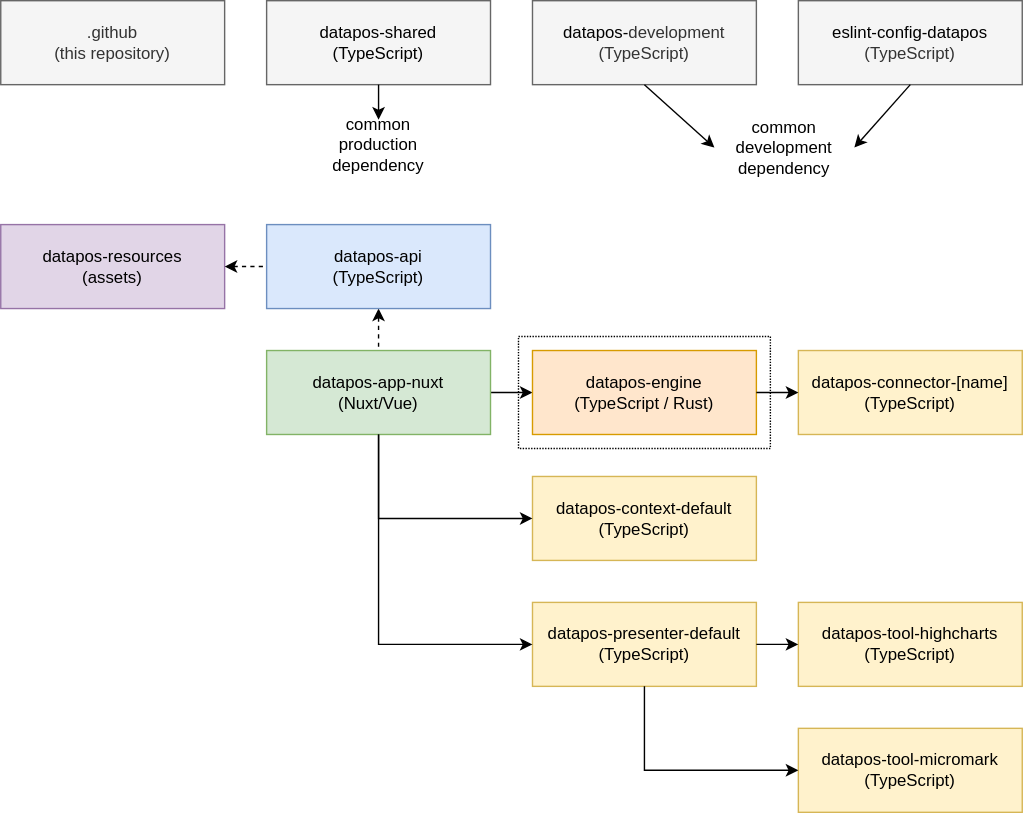
data-positioning/.github keeps this draw.io diagram as Repositories Schematic.svg. Above is the earlier version. Source tidied: cells renumbered, new cells last; positions are measured from the earlier drawing's top-left corner, leaving out a move shared by most shapes.
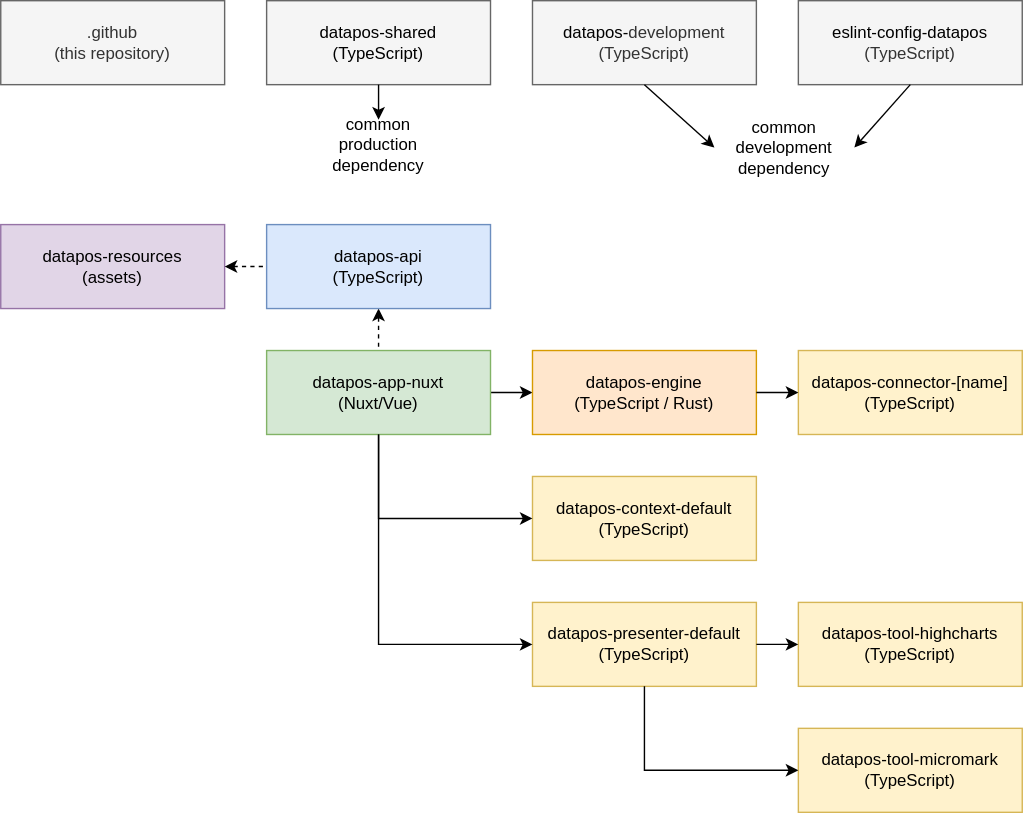
After the change.

What changed in the source:
```diff
@@ -26,9 +26,6 @@
     <mxCell id="9" value="&lt;span style=&quot;color: rgb(0, 0, 0);&quot;&gt;datapos-&lt;/span&gt;presenter-default&lt;br style=&quot;border-color: var(--border-color);&quot;&gt;(TypeScript)" style="rounded=0;whiteSpace=wrap;html=1;fillColor=#fff2cc;strokeColor=#d6b656;" parent="1" vertex="1">
       <mxGeometry x="380" y="430" width="160" height="60" as="geometry" />
     </mxCell>
-    <mxCell id="10" style="rounded=0;whiteSpace=wrap;html=1;fillColor=none;strokeColor=#000000;dashed=1;dashPattern=1 1;" parent="1" vertex="1">
-      <mxGeometry x="370" y="240" width="180" height="80" as="geometry" />
-    </mxCell>
     <mxCell id="11" value="&lt;span style=&quot;color: rgb(0, 0, 0);&quot;&gt;datapos-&lt;/span&gt;engine&lt;br&gt;(TypeScript / Rust)" style="rounded=0;whiteSpace=wrap;html=1;fillColor=#ffe6cc;strokeColor=#d79b00;" parent="1" vertex="1">
       <mxGeometry x="380" y="250" width="160" height="60" as="geometry" />
     </mxCell>
```
